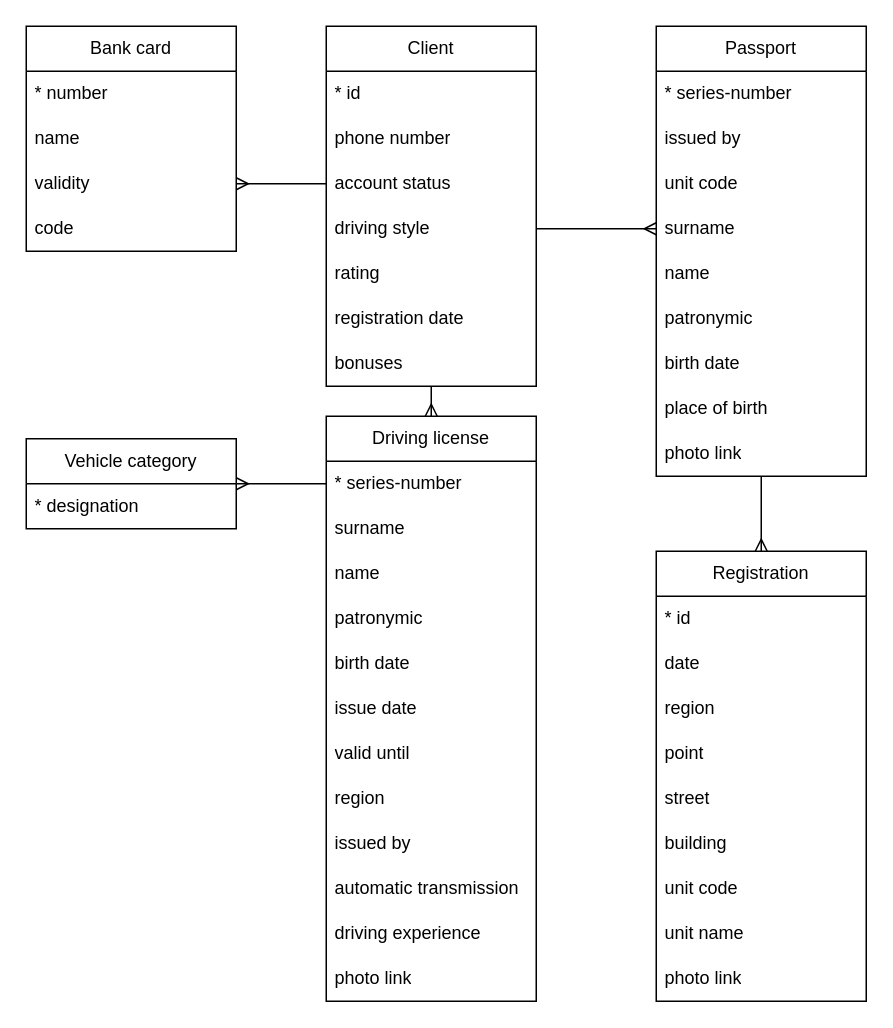
Earlier version of the draw.io diagram relations.drawio (car-sharing-proto/client-db). Source tidied: cells renumbered, new cells numbered last; positions are measured from the earlier drawing's top-left corner, leaving out a move shared by most shapes. Both pictures are drawn from the tidied source at 150%, with x=0, y=0 at pixel (26, 26).
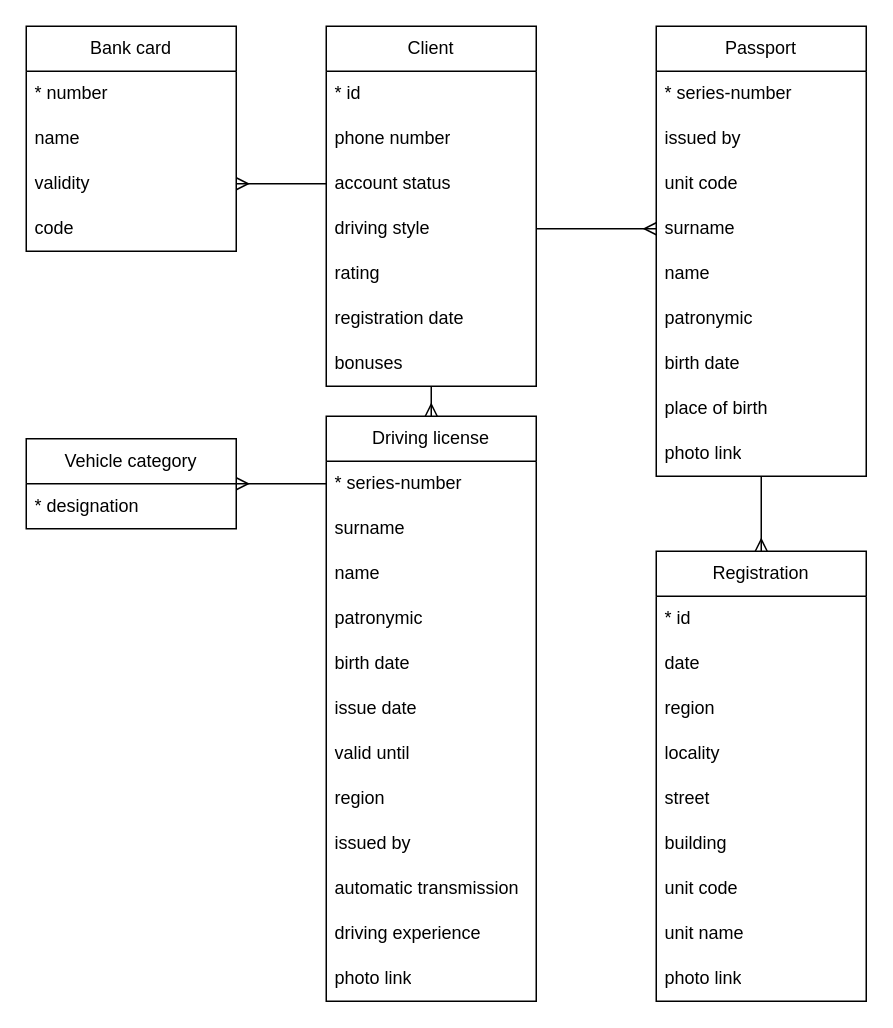
The same diagram, later.

The change refers to these unchanged cells:
```xml
<mxCell id="23" value="Registration" style="swimlane;fontStyle=0;horizontal=1;startSize=30;whiteSpace=wrap;html=1;" parent="1" vertex="1">
  <mxGeometry x="420" y="350" width="140" height="300" as="geometry" />
</mxCell>
```

Diff of the diagram source:
```diff
@@
-    <mxCell id="27" value="point" style="text;strokeColor=none;fillColor=none;align=left;verticalAlign=middle;spacingLeft=4;spacingRight=4;overflow=hidden;whiteSpace=wrap;html=1;" parent="23" vertex="1">
+    <mxCell id="27" value="locality" style="text;strokeColor=none;fillColor=none;align=left;verticalAlign=middle;spacingLeft=4;spacingRight=4;overflow=hidden;whiteSpace=wrap;html=1;" parent="23" vertex="1">
       <mxGeometry y="120" width="140" height="30" as="geometry" />
     </mxCell>
```
